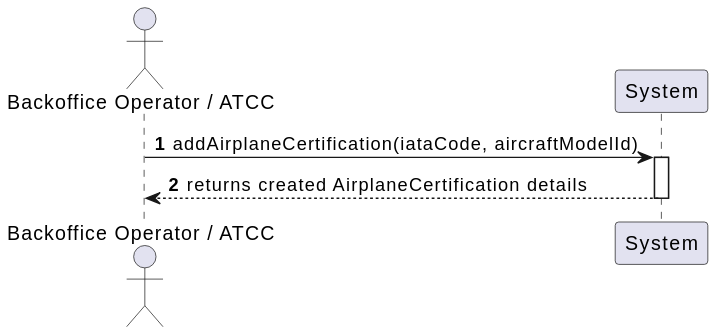
The PlantUML diagram docs/use-cases/WP#_A/WP#2A/svg/system-sequence-diagram/ssd_us106a.svg in VascoMagolo/psoft_1231562_1241692_1242036_2db, before a commit. Source of this version:
```plantuml
@startuml
autonumber
actor "Backoffice Operator / ATCC" as Actor
participant "System" as Sys

Actor -> Sys : addAirplaneCertification(iataCode, aircraftModelId)
activate Sys
Sys --> Actor : returns created AirplaneCertification details
deactivate Sys
@enduml
```
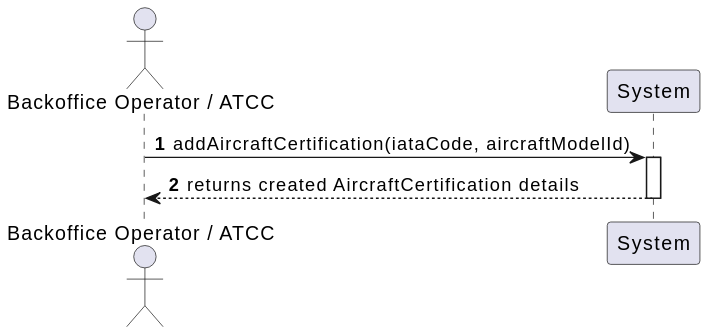
Above is the later version.

The edit, as a diff of the source:
```diff
@@ -3,8 +3,8 @@
 actor "Backoffice Operator / ATCC" as Actor
 participant "System" as Sys
 
-Actor -> Sys : addAirplaneCertification(iataCode, aircraftModelId)
+Actor -> Sys : addAircraftCertification(iataCode, aircraftModelId)
 activate Sys
-Sys --> Actor : returns created AirplaneCertification details
+Sys --> Actor : returns created AircraftCertification details
 deactivate Sys
 @enduml
```
